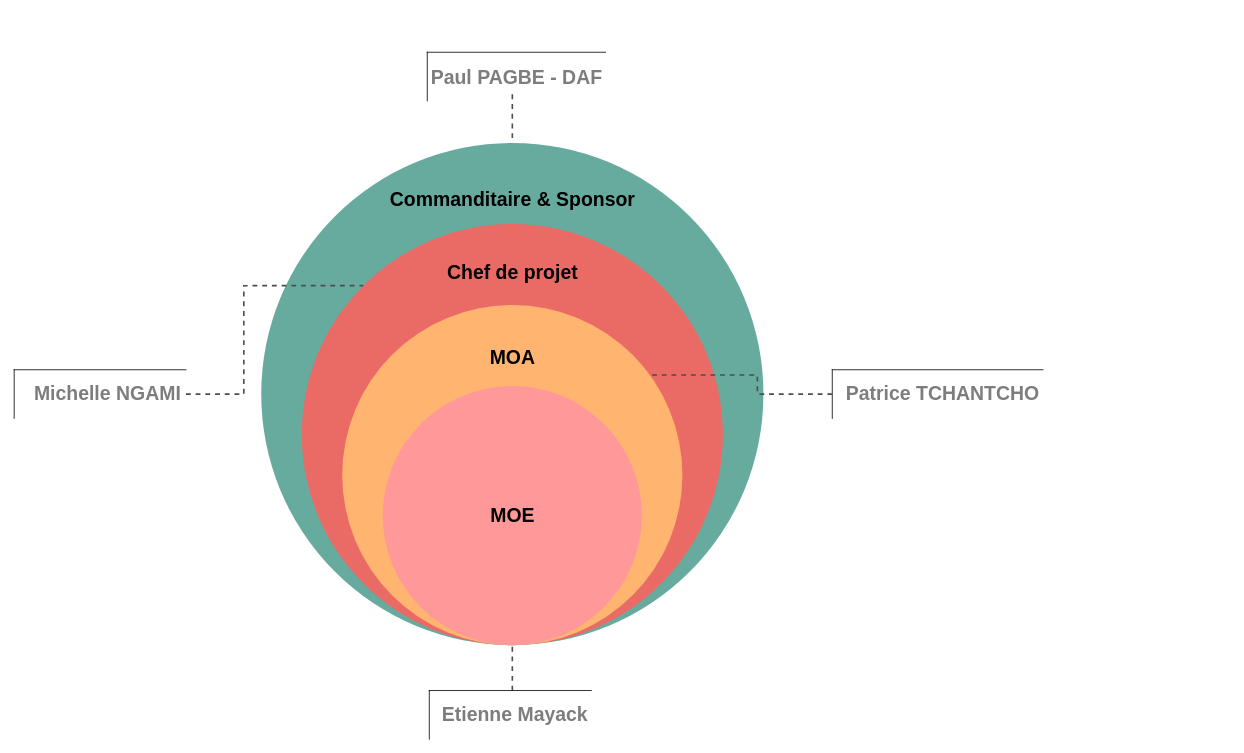
Earlier version of the draw.io diagram page "Gouvernance du Projet" (5 of 5) of Conception_DSF.drawio (Michelle-Ngami/Conception_DSF). Source tidied: cells renumbered, new cells numbered last; positions are measured from the earlier drawing's top-left corner, leaving out a move shared by most shapes. Both pictures are drawn from the tidied source at 81%, with x=0, y=0 at pixel (14, 52).
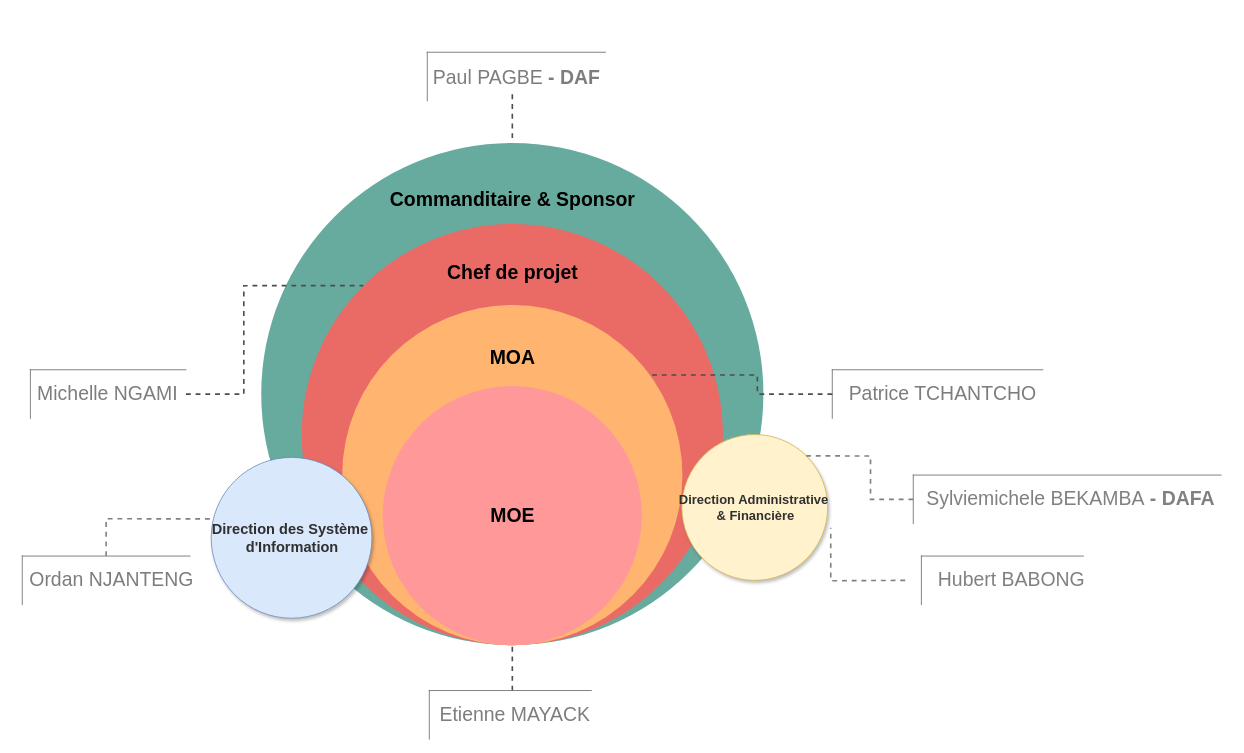
The same diagram, later.

The change refers to these unchanged cells:
```xml
<mxCell id="9" style="group;rotation=0;flipV=1;" parent="1" vertex="1">
  <mxGeometry x="10" y="392" width="205" height="60" as="geometry" />
</mxCell>
```

Diff of the diagram source:
```diff
@@
     <mxCell id="3" style="group;" parent="1" vertex="1">
-      <mxGeometry x="512.5" y="788" width="205" height="60" as="geometry" />
+      <mxGeometry x="512.5" y="788" width="210" height="60" as="geometry" />
     </mxCell>
-    <mxCell id="4" style="shape=partialRectangle;whiteSpace=wrap;html=1;bottom=0;right=0;fillColor=none;" parent="3" vertex="1">
+    <mxCell id="4" style="shape=partialRectangle;whiteSpace=wrap;html=1;bottom=0;right=0;fillColor=none;strokeColor=#666666;" parent="3" vertex="1">
       <mxGeometry width="200" height="60" as="geometry" />
     </mxCell>
-    <mxCell id="5" value="&lt;font style=&quot;font-size: 24px; color: light-dark(rgb(125, 125, 125), rgb(237, 237, 237));&quot;&gt;&lt;b&gt;Etienne Mayack&lt;/b&gt;&lt;/font&gt;" style="text;html=1;align=center;verticalAlign=middle;strokeColor=none;fillColor=none;" parent="3" vertex="1">
-      <mxGeometry x="5" y="10" width="200" height="40" as="geometry" />
+    <mxCell id="5" value="&lt;font style=&quot;font-size: 24px; color: light-dark(rgb(125, 125, 125), rgb(237, 237, 237));&quot;&gt;Etienne MAYACK&lt;/font&gt;" style="text;html=1;align=center;verticalAlign=middle;strokeColor=none;fillColor=none;" parent="3" vertex="1">
+      <mxGeometry y="10" width="210" height="40" as="geometry" />
     </mxCell>
     <mxCell id="6" style="group;rotation=90;" parent="1" vertex="1">
-      <mxGeometry x="500" y="40" width="230" height="60" as="geometry" />
+      <mxGeometry x="500" y="40" width="235" height="60" as="geometry" />
     </mxCell>
-    <mxCell id="7" style="shape=partialRectangle;whiteSpace=wrap;html=1;bottom=0;right=0;fillColor=none;direction=east;" parent="6" vertex="1">
+    <mxCell id="7" style="shape=partialRectangle;whiteSpace=wrap;html=1;bottom=0;right=0;fillColor=none;direction=east;strokeColor=#666666;" parent="6" vertex="1">
       <mxGeometry x="10" y="-40" width="220" height="60" as="geometry" />
     </mxCell>
-    <mxCell id="8" value="&lt;font color=&quot;#7d7d7d&quot;&gt;&lt;span style=&quot;font-size: 24px;&quot;&gt;&lt;b&gt;Paul PAGBE - DAF&lt;/b&gt;&lt;/span&gt;&lt;/font&gt;" style="text;html=1;align=center;verticalAlign=middle;points=[];strokeColor=none;fillColor=none;" parent="6" vertex="1">
+    <mxCell id="8" value="&lt;font color=&quot;#7d7d7d&quot;&gt;&lt;span style=&quot;font-size: 24px;&quot;&gt;Paul PAGBE&lt;b&gt; - DAF&lt;/b&gt;&lt;/span&gt;&lt;/font&gt;" style="text;html=1;align=center;verticalAlign=middle;points=[];strokeColor=none;fillColor=none;" parent="6" vertex="1">
       <mxGeometry x="5" y="-28" width="230" height="40" as="geometry" />
     </mxCell>
@@
-    <mxCell id="10" style="shape=partialRectangle;whiteSpace=wrap;html=1;bottom=0;right=0;fillColor=none;direction=east;" parent="9" vertex="1">
-      <mxGeometry x="-10" width="212" height="60" as="geometry" />
+    <mxCell id="10" style="shape=partialRectangle;whiteSpace=wrap;html=1;bottom=0;right=0;fillColor=none;direction=east;strokeColor=#666666;" parent="9" vertex="1">
+      <mxGeometry x="10" width="192" height="60" as="geometry" />
     </mxCell>
-    <mxCell id="11" value="&lt;font style=&quot;font-size: 24px; color: light-dark(rgb(125, 125, 125), rgb(237, 237, 237));&quot;&gt;&lt;b&gt;Michelle NGAMI&lt;/b&gt;&lt;/font&gt;" style="text;html=1;align=center;verticalAlign=middle;strokeColor=none;fillColor=none;" parent="9" vertex="1">
+    <mxCell id="11" value="&lt;font style=&quot;font-size: 24px; color: light-dark(rgb(125, 125, 125), rgb(237, 237, 237));&quot;&gt;Michelle NGAMI&lt;/font&gt;" style="text;html=1;align=center;verticalAlign=middle;strokeColor=none;fillColor=none;" parent="9" vertex="1">
       <mxGeometry x="5" y="10" width="200" height="40" as="geometry" />
     </mxCell>
     <mxCell id="12" style="group;" parent="1" vertex="1">
-      <mxGeometry x="1010" y="392" width="260" height="60" as="geometry" />
+      <mxGeometry x="1010" y="392" width="261.3" height="60" as="geometry" />
     </mxCell>
-    <mxCell id="13" style="shape=partialRectangle;whiteSpace=wrap;html=1;bottom=0;right=0;fillColor=none;" parent="12" vertex="1">
+    <mxCell id="13" style="shape=partialRectangle;whiteSpace=wrap;html=1;bottom=0;right=0;fillColor=none;strokeColor=#666666;" parent="12" vertex="1">
       <mxGeometry width="260" height="60" as="geometry" />
     </mxCell>
-    <mxCell id="14" value="&lt;font color=&quot;#7d7d7d&quot;&gt;&lt;span style=&quot;font-size: 24px;&quot;&gt;&lt;b&gt;Patrice TCHANTCHO&lt;/b&gt;&lt;/span&gt;&lt;/font&gt;" style="text;html=1;align=center;verticalAlign=middle;strokeColor=none;fillColor=none;" parent="12" vertex="1">
-      <mxGeometry x="6.3" y="10" width="260" height="40" as="geometry" />
+    <mxCell id="14" value="&lt;font color=&quot;#7d7d7d&quot;&gt;&lt;span style=&quot;font-size: 24px;&quot;&gt;Patrice TCHANTCHO&lt;/span&gt;&lt;/font&gt;" style="text;html=1;align=center;verticalAlign=middle;strokeColor=none;fillColor=none;" parent="12" vertex="1">
+      <mxGeometry x="11.3" y="10" width="250" height="40" as="geometry" />
     </mxCell>
@@
+    <mxCell id="32" style="group;" parent="1" vertex="1">
+      <mxGeometry x="230" y="487" width="231.6" height="225" as="geometry" />
+    </mxCell>
+    <mxCell id="33" style="ellipse;whiteSpace=wrap;html=1;fillColor=#dae8fc;strokeColor=#6c8ebf;shadow=1;" parent="32" vertex="1">
+      <mxGeometry x="13.2" y="13.2" width="198.5" height="198.5" as="geometry" />
+    </mxCell>
+    <mxCell id="34" value="&lt;span style=&quot;font-family: Calibri; color: rgb(48, 48, 48);&quot;&gt;&lt;strong style=&quot;&quot;&gt;&lt;font style=&quot;font-size: 18px;&quot;&gt;Direction des Système&amp;nbsp;&lt;/font&gt;&lt;/strong&gt;&lt;/span&gt;&lt;div&gt;&lt;span style=&quot;font-family: Calibri; color: rgb(48, 48, 48);&quot;&gt;&lt;strong style=&quot;&quot;&gt;&lt;font style=&quot;font-size: 18px;&quot;&gt;d'Information&lt;/font&gt;&lt;/strong&gt;&lt;/span&gt;&lt;/div&gt;" style="text;html=1;align=center;verticalAlign=middle;points=[];strokeColor=none;fillColor=none;" parent="32" vertex="1">
+      <mxGeometry x="17.5" y="82.5" width="190" height="60" as="geometry" />
+    </mxCell>
+    <mxCell id="35" style="group;" parent="1" vertex="1">
+      <mxGeometry x="820" y="472" width="215" height="200" as="geometry" />
+    </mxCell>
+    <mxCell id="36" style="ellipse;whiteSpace=wrap;html=1;fillColor=#fff2cc;strokeColor=#d6b656;shadow=1;" parent="35" vertex="1">
+      <mxGeometry x="4.3" width="180" height="180" as="geometry" />
+    </mxCell>
+    <mxCell id="37" value="&lt;span style=&quot;font-family: Calibri; color: rgb(48, 48, 48);&quot;&gt;&lt;strong style=&quot;&quot;&gt;&lt;font style=&quot;font-size: 16px;&quot;&gt;Direction Administrative&amp;nbsp;&lt;/font&gt;&lt;/strong&gt;&lt;/span&gt;&lt;div&gt;&lt;span style=&quot;font-family: Calibri; color: rgb(48, 48, 48);&quot;&gt;&lt;strong style=&quot;&quot;&gt;&lt;font style=&quot;font-size: 16px;&quot;&gt;&amp;amp; Financière&lt;/font&gt;&lt;/strong&gt;&lt;/span&gt;&lt;/div&gt;" style="text;html=1;align=center;verticalAlign=middle;points=[];strokeColor=none;fillColor=none;" parent="35" vertex="1">
+      <mxGeometry y="65" width="190" height="50" as="geometry" />
+    </mxCell>
+    <mxCell id="38" style="group;" parent="1" vertex="1">
+      <mxGeometry x="1110" y="522" width="391.3" height="60" as="geometry" />
+    </mxCell>
+    <mxCell id="39" style="shape=partialRectangle;whiteSpace=wrap;html=1;bottom=0;right=0;fillColor=none;strokeColor=#666666;" parent="38" vertex="1">
+      <mxGeometry width="380" height="60" as="geometry" />
+    </mxCell>
+    <mxCell id="40" value="&lt;span style=&quot;font-family: Arial, sans-serif;&quot; lang=&quot;EN-US&quot;&gt;&lt;font style=&quot;color: rgb(128, 128, 128);&quot;&gt;&lt;font style=&quot;font-size: 24px;&quot;&gt;Sylviemichele BEKAMBA&lt;b&gt; - DAFA&lt;/b&gt;&lt;/font&gt;&lt;/font&gt;&lt;/span&gt;" style="text;html=1;align=center;verticalAlign=middle;strokeColor=none;fillColor=none;" parent="38" vertex="1">
+      <mxGeometry x="4.3" y="10" width="380" height="40" as="geometry" />
+    </mxCell>
+    <mxCell id="41" style="group;" parent="1" vertex="1">
+      <mxGeometry x="1120" y="622" width="210" height="60" as="geometry" />
+    </mxCell>
+    <mxCell id="42" style="shape=partialRectangle;whiteSpace=wrap;html=1;bottom=0;right=0;fillColor=none;strokeColor=#666666;" parent="41" vertex="1">
+      <mxGeometry width="200" height="60" as="geometry" />
+    </mxCell>
+    <mxCell id="43" value="&lt;font face=&quot;Arial, sans-serif&quot; color=&quot;#808080&quot;&gt;&lt;span style=&quot;font-size: 24px;&quot;&gt;Hubert BABONG&lt;/span&gt;&lt;/font&gt;" style="text;html=1;align=center;verticalAlign=middle;strokeColor=none;fillColor=none;" parent="41" vertex="1">
+      <mxGeometry x="10.7" y="10" width="200" height="40" as="geometry" />
+    </mxCell>
+    <mxCell id="44" style="edgeStyle=orthogonalEdgeStyle;shape=connector;rounded=0;jettySize=auto;html=1;entryX=1;entryY=0;entryDx=0;entryDy=0;dashed=1;strokeColor=#808080;align=center;verticalAlign=middle;fontFamily=Helvetica;fontSize=11;fontColor=default;labelBackgroundColor=default;endArrow=none;endFill=0;strokeWidth=2;" parent="1" edge="1" source="39" target="36">
+      <mxGeometry relative="1" as="geometry" />
+    </mxCell>
+    <mxCell id="45" style="edgeStyle=orthogonalEdgeStyle;shape=connector;rounded=0;jettySize=auto;html=1;entryX=0.99;entryY=0.999;entryDx=0;entryDy=0;entryPerimeter=0;dashed=1;strokeColor=#808080;align=center;verticalAlign=middle;fontFamily=Helvetica;fontSize=11;fontColor=default;labelBackgroundColor=default;endArrow=none;endFill=0;strokeWidth=2;" parent="1" edge="1" target="37">
+      <mxGeometry relative="1" as="geometry">
+        <mxPoint x="1100" y="652" as="sourcePoint" />
+      </mxGeometry>
+    </mxCell>
+    <mxCell id="46" style="shape=partialRectangle;whiteSpace=wrap;html=1;bottom=0;right=0;fillColor=none;direction=east;strokeColor=#666666;" parent="1" vertex="1">
+      <mxGeometry x="10" y="622" width="207" height="60" as="geometry" />
+    </mxCell>
+    <mxCell id="47" value="&lt;font color=&quot;#7d7d7d&quot;&gt;&lt;span style=&quot;font-size: 24px;&quot;&gt;Ordan NJANTENG&lt;/span&gt;&lt;/font&gt;" style="text;html=1;align=center;verticalAlign=middle;strokeColor=none;fillColor=none;" parent="1" vertex="1">
+      <mxGeometry x="5" y="632" width="230" height="40" as="geometry" />
+    </mxCell>
+    <mxCell id="48" style="edgeStyle=orthogonalEdgeStyle;shape=connector;rounded=0;jettySize=auto;html=1;entryX=-0.006;entryY=0.109;entryDx=0;entryDy=0;entryPerimeter=0;dashed=1;strokeColor=#808080;align=center;verticalAlign=middle;fontFamily=Helvetica;fontSize=11;fontColor=default;labelBackgroundColor=default;endArrow=none;endFill=0;strokeWidth=2;exitX=0.5;exitY=0;exitDx=0;exitDy=0;" parent="1" edge="1" source="46" target="34">
+      <mxGeometry relative="1" as="geometry" />
+    </mxCell>
```
